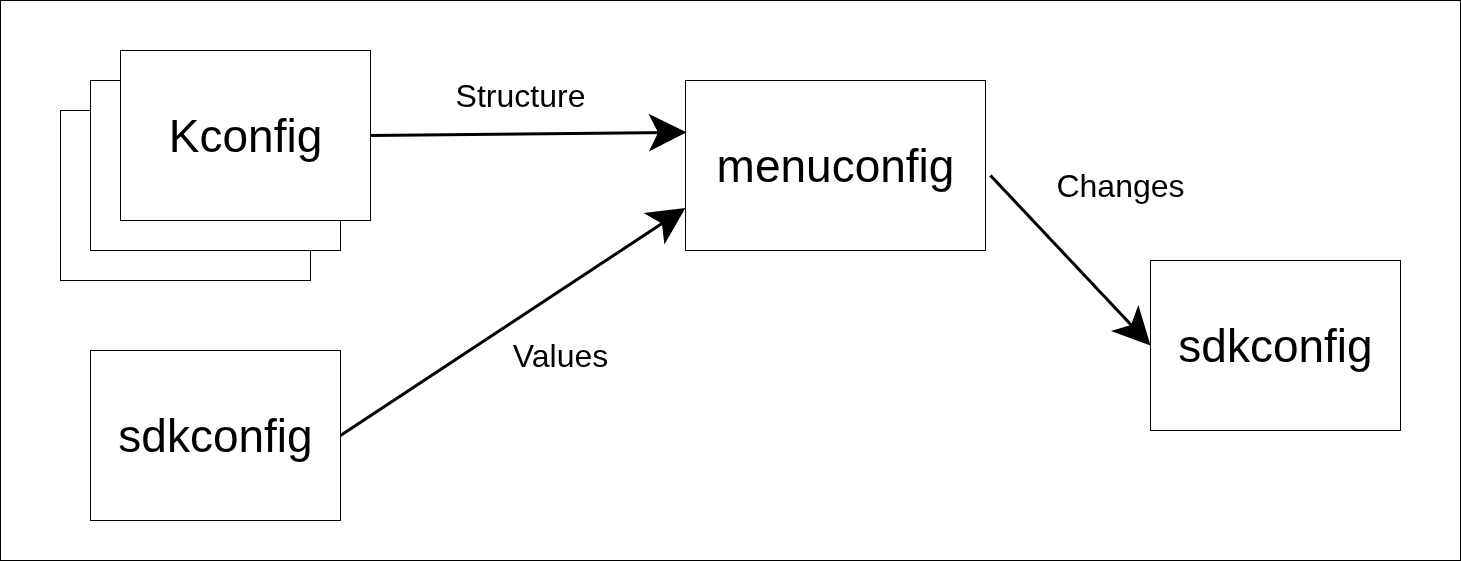
The draw.io diagram esp-idf-kconfig-v3-article/menuconfig.png in Honza0297/Honza0297.github.io, before a commit. Source tidied: cells renumbered, new cells last; positions are measured from the earlier drawing's top-left corner, leaving out a move shared by most shapes. Source of this version:
```xml
<mxGraphModel>
  <root>
    <mxCell id="0" />
    <mxCell id="1" parent="0" />
    <mxCell id="2" style="rounded=0;whiteSpace=wrap;html=1;" parent="1" vertex="1">
      <mxGeometry width="1460" height="560" as="geometry" />
    </mxCell>
    <mxCell id="3" style="rounded=0;whiteSpace=wrap;html=1;" parent="1" vertex="1">
      <mxGeometry x="60" y="110" width="250" height="170" as="geometry" />
    </mxCell>
    <mxCell id="4" style="rounded=0;whiteSpace=wrap;html=1;" parent="1" vertex="1">
      <mxGeometry x="90" y="80" width="250" height="170" as="geometry" />
    </mxCell>
    <mxCell id="5" style="rounded=0;whiteSpace=wrap;html=1;" parent="1" vertex="1">
      <mxGeometry x="120" y="50" width="250" height="170" as="geometry" />
    </mxCell>
    <mxCell id="6" value="&lt;font style=&quot;font-size: 46px;&quot;&gt;Kconfig&lt;/font&gt;" style="text;html=1;align=center;verticalAlign=middle;whiteSpace=wrap;rounded=0;" parent="1" vertex="1">
      <mxGeometry x="140" y="80" width="210" height="110" as="geometry" />
    </mxCell>
    <mxCell id="7" style="endArrow=classic;html=1;rounded=0;strokeWidth=3;endSize=28;exitX=1;exitY=0.5;exitDx=0;exitDy=0;entryX=0;entryY=0.75;entryDx=0;entryDy=0;" parent="1" edge="1" source="10" target="8">
      <mxGeometry relative="1" as="geometry" />
    </mxCell>
    <mxCell id="8" style="rounded=0;whiteSpace=wrap;html=1;" parent="1" vertex="1">
      <mxGeometry x="685" y="80" width="300" height="170" as="geometry" />
    </mxCell>
    <mxCell id="9" value="&lt;font style=&quot;font-size: 46px;&quot;&gt;menuconfig&lt;/font&gt;" style="text;html=1;align=center;verticalAlign=middle;whiteSpace=wrap;rounded=0;" parent="1" vertex="1">
      <mxGeometry x="730" y="110" width="210" height="110" as="geometry" />
    </mxCell>
    <mxCell id="10" style="rounded=0;whiteSpace=wrap;html=1;" parent="1" vertex="1">
      <mxGeometry x="90" y="350" width="250" height="170" as="geometry" />
    </mxCell>
    <mxCell id="11" value="&lt;font style=&quot;font-size: 46px;&quot;&gt;sdkconfig&lt;/font&gt;" style="text;html=1;align=center;verticalAlign=middle;whiteSpace=wrap;rounded=0;" parent="1" vertex="1">
      <mxGeometry x="110" y="380" width="210" height="110" as="geometry" />
    </mxCell>
    <mxCell id="12" value="&lt;font style=&quot;font-size: 32px;&quot;&gt;Values&lt;/font&gt;" style="text;html=1;align=center;verticalAlign=middle;whiteSpace=wrap;rounded=0;" parent="1" vertex="1">
      <mxGeometry x="530" y="340" width="60" height="30" as="geometry" />
    </mxCell>
    <mxCell id="13" style="endArrow=classic;html=1;rounded=0;strokeWidth=3;endSize=28;exitX=1;exitY=0.5;exitDx=0;exitDy=0;entryX=0.003;entryY=0.305;entryDx=0;entryDy=0;entryPerimeter=0;" parent="1" edge="1" source="5" target="8">
      <mxGeometry relative="1" as="geometry" />
    </mxCell>
    <mxCell id="14" value="&lt;font style=&quot;font-size: 32px;&quot;&gt;Structure&lt;/font&gt;" style="text;html=1;align=center;verticalAlign=middle;whiteSpace=wrap;rounded=0;" parent="1" vertex="1">
      <mxGeometry x="490" y="80" width="60" height="30" as="geometry" />
    </mxCell>
    <mxCell id="15" style="endArrow=classic;html=1;rounded=0;strokeWidth=3;endSize=28;entryX=0;entryY=0.5;entryDx=0;entryDy=0;" parent="1" edge="1" target="16">
      <mxGeometry relative="1" as="geometry">
        <mxPoint x="990" y="175" as="sourcePoint" />
      </mxGeometry>
    </mxCell>
    <mxCell id="16" style="rounded=0;whiteSpace=wrap;html=1;" parent="1" vertex="1">
      <mxGeometry x="1150" y="260" width="250" height="170" as="geometry" />
    </mxCell>
    <mxCell id="17" value="&lt;font style=&quot;font-size: 46px;&quot;&gt;sdkconfig&lt;/font&gt;" style="text;html=1;align=center;verticalAlign=middle;whiteSpace=wrap;rounded=0;" parent="1" vertex="1">
      <mxGeometry x="1170" y="290" width="210" height="110" as="geometry" />
    </mxCell>
    <mxCell id="18" value="&lt;font style=&quot;font-size: 32px;&quot;&gt;Changes&lt;/font&gt;" style="text;html=1;align=center;verticalAlign=middle;whiteSpace=wrap;rounded=0;" parent="1" vertex="1">
      <mxGeometry x="1090" y="170" width="60" height="30" as="geometry" />
    </mxCell>
  </root>
</mxGraphModel>
```
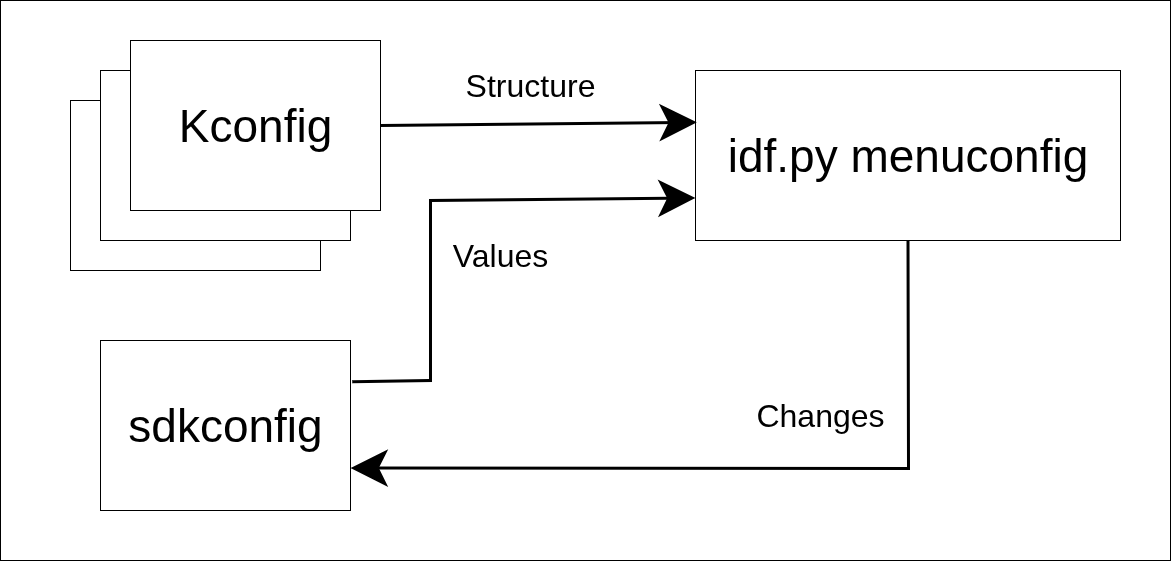
Later version of the same file.

What changed in the source:
```diff
@@ -2,9 +2,9 @@
   <root>
     <mxCell id="0" />
     <mxCell id="1" parent="0" />
-    <mxCell id="2" style="rounded=0;whiteSpace=wrap;html=1;" parent="1" vertex="1">
-      <mxGeometry width="1460" height="560" as="geometry" />
-    </mxCell>
+    <mxCell id="19" style="rounded=0;whiteSpace=wrap;html=1;" parent="1" vertex="1">
+      <mxGeometry x="-10" y="10" width="1170" height="560" as="geometry" />
+    </mxCell>
     <mxCell id="3" style="rounded=0;whiteSpace=wrap;html=1;" parent="1" vertex="1">
       <mxGeometry x="60" y="110" width="250" height="170" as="geometry" />
     </mxCell>
@@ -17,15 +17,17 @@
     <mxCell id="6" value="&lt;font style=&quot;font-size: 46px;&quot;&gt;Kconfig&lt;/font&gt;" style="text;html=1;align=center;verticalAlign=middle;whiteSpace=wrap;rounded=0;" parent="1" vertex="1">
       <mxGeometry x="140" y="80" width="210" height="110" as="geometry" />
     </mxCell>
-    <mxCell id="7" style="endArrow=classic;html=1;rounded=0;strokeWidth=3;endSize=28;exitX=1;exitY=0.5;exitDx=0;exitDy=0;entryX=0;entryY=0.75;entryDx=0;entryDy=0;" parent="1" edge="1" source="10" target="8">
-      <mxGeometry relative="1" as="geometry" />
+    <mxCell id="7" style="endArrow=classic;html=1;rounded=0;strokeWidth=3;endSize=28;exitX=1.007;exitY=0.242;exitDx=0;exitDy=0;entryX=0;entryY=0.75;entryDx=0;entryDy=0;exitPerimeter=0;" parent="1" edge="1" source="10" target="8">
+      <mxGeometry relative="1" as="geometry">
+        <Array as="points">
+          <mxPoint x="420" y="390" />
+          <mxPoint x="420" y="210" />
+        </Array>
+      </mxGeometry>
     </mxCell>
-    <mxCell id="8" style="rounded=0;whiteSpace=wrap;html=1;" parent="1" vertex="1">
-      <mxGeometry x="685" y="80" width="300" height="170" as="geometry" />
+    <mxCell id="8" value="&lt;span style=&quot;font-size: 46px;&quot;&gt;idf.py menuconfig&lt;/span&gt;" style="rounded=0;whiteSpace=wrap;html=1;" parent="1" vertex="1">
+      <mxGeometry x="685" y="80" width="425" height="170" as="geometry" />
     </mxCell>
-    <mxCell id="9" value="&lt;font style=&quot;font-size: 46px;&quot;&gt;menuconfig&lt;/font&gt;" style="text;html=1;align=center;verticalAlign=middle;whiteSpace=wrap;rounded=0;" parent="1" vertex="1">
-      <mxGeometry x="730" y="110" width="210" height="110" as="geometry" />
-    </mxCell>
     <mxCell id="10" style="rounded=0;whiteSpace=wrap;html=1;" parent="1" vertex="1">
       <mxGeometry x="90" y="350" width="250" height="170" as="geometry" />
     </mxCell>
@@ -33,7 +35,7 @@
       <mxGeometry x="110" y="380" width="210" height="110" as="geometry" />
     </mxCell>
     <mxCell id="12" value="&lt;font style=&quot;font-size: 32px;&quot;&gt;Values&lt;/font&gt;" style="text;html=1;align=center;verticalAlign=middle;whiteSpace=wrap;rounded=0;" parent="1" vertex="1">
-      <mxGeometry x="530" y="340" width="60" height="30" as="geometry" />
+      <mxGeometry x="460" y="250" width="60" height="30" as="geometry" />
     </mxCell>
     <mxCell id="13" style="endArrow=classic;html=1;rounded=0;strokeWidth=3;endSize=28;exitX=1;exitY=0.5;exitDx=0;exitDy=0;entryX=0.003;entryY=0.305;entryDx=0;entryDy=0;entryPerimeter=0;" parent="1" edge="1" source="5" target="8">
       <mxGeometry relative="1" as="geometry" />
@@ -41,19 +43,15 @@
     <mxCell id="14" value="&lt;font style=&quot;font-size: 32px;&quot;&gt;Structure&lt;/font&gt;" style="text;html=1;align=center;verticalAlign=middle;whiteSpace=wrap;rounded=0;" parent="1" vertex="1">
       <mxGeometry x="490" y="80" width="60" height="30" as="geometry" />
     </mxCell>
-    <mxCell id="15" style="endArrow=classic;html=1;rounded=0;strokeWidth=3;endSize=28;entryX=0;entryY=0.5;entryDx=0;entryDy=0;" parent="1" edge="1" target="16">
+    <mxCell id="15" style="endArrow=classic;html=1;rounded=0;strokeWidth=3;endSize=28;entryX=1;entryY=0.75;entryDx=0;entryDy=0;exitX=0.5;exitY=1;exitDx=0;exitDy=0;" parent="1" edge="1" source="8" target="10">
       <mxGeometry relative="1" as="geometry">
-        <mxPoint x="990" y="175" as="sourcePoint" />
+        <Array as="points">
+          <mxPoint x="898" y="478" />
+        </Array>
       </mxGeometry>
     </mxCell>
-    <mxCell id="16" style="rounded=0;whiteSpace=wrap;html=1;" parent="1" vertex="1">
-      <mxGeometry x="1150" y="260" width="250" height="170" as="geometry" />
-    </mxCell>
-    <mxCell id="17" value="&lt;font style=&quot;font-size: 46px;&quot;&gt;sdkconfig&lt;/font&gt;" style="text;html=1;align=center;verticalAlign=middle;whiteSpace=wrap;rounded=0;" parent="1" vertex="1">
-      <mxGeometry x="1170" y="290" width="210" height="110" as="geometry" />
-    </mxCell>
     <mxCell id="18" value="&lt;font style=&quot;font-size: 32px;&quot;&gt;Changes&lt;/font&gt;" style="text;html=1;align=center;verticalAlign=middle;whiteSpace=wrap;rounded=0;" parent="1" vertex="1">
-      <mxGeometry x="1090" y="170" width="60" height="30" as="geometry" />
+      <mxGeometry x="780" y="410" width="60" height="30" as="geometry" />
     </mxCell>
   </root>
 </mxGraphModel>
```
